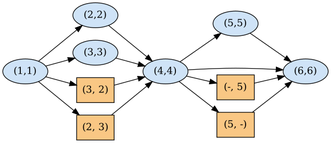
Above: examples/out/08_gfa_diploid.png in NafisehJ/diploidgraph (Graphviz), before the change. Its source is kept beside it as examples/out/08_gfa_diploid.dot. Its diagram source:
```dot
digraph GD {
  rankdir=LR;
  node [style=filled];
  edge [fontsize=10, fontcolor="#52514e"];
  n0 [label="(1,1)", shape=ellipse, fillcolor="#cfe3f7"];
  n1 [label="(2,2)", shape=ellipse, fillcolor="#cfe3f7"];
  n2 [label="(3,3)", shape=ellipse, fillcolor="#cfe3f7"];
  n3 [label="(4,4)", shape=ellipse, fillcolor="#cfe3f7"];
  n4 [label="(5,5)", shape=ellipse, fillcolor="#cfe3f7"];
  n5 [label="(6,6)", shape=ellipse, fillcolor="#cfe3f7"];
  n6 [label="(3, 2)", shape=box, fillcolor="#f9c784"];
  n7 [label="(2, 3)", shape=box, fillcolor="#f9c784"];
  n8 [label="(-, 5)", shape=box, fillcolor="#f9c784"];
  n9 [label="(5, -)", shape=box, fillcolor="#f9c784"];
  n0 -> n6;
  n0 -> n7;
  n0 -> n1;
  n0 -> n2;
  n1 -> n3;
  n2 -> n3;
  n3 -> n8;
  n3 -> n9;
  n3 -> n4;
  n3 -> n5;
  n4 -> n5;
  n6 -> n3;
  n7 -> n3;
  n8 -> n5;
  n9 -> n5;
}
```
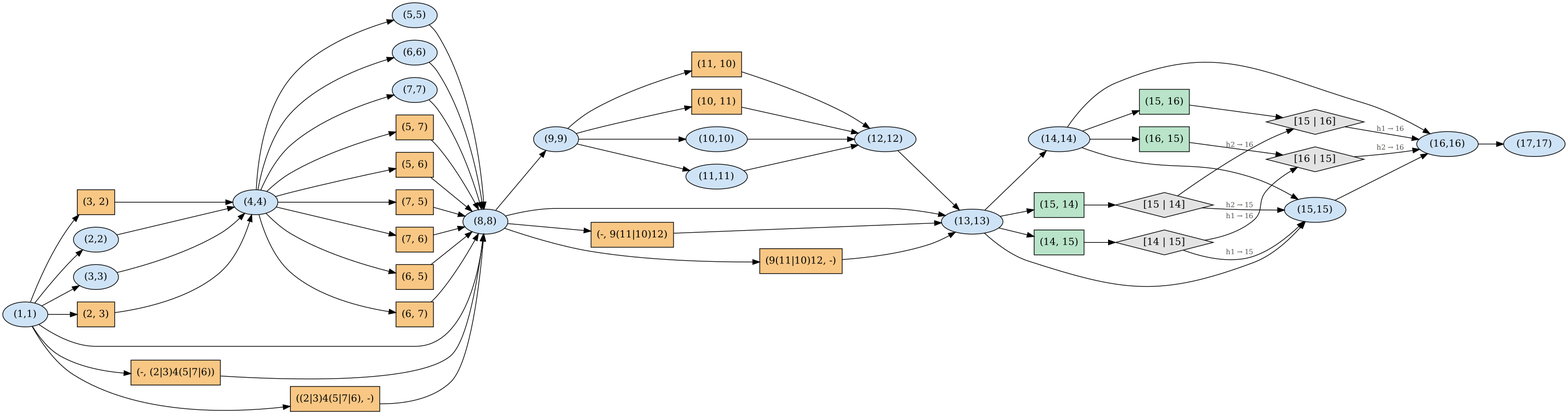
The same file after the commit.

Diff of the diagram source:
```diff
@@ -8,23 +8,103 @@
   n3 [label="(4,4)", shape=ellipse, fillcolor="#cfe3f7"];
   n4 [label="(5,5)", shape=ellipse, fillcolor="#cfe3f7"];
   n5 [label="(6,6)", shape=ellipse, fillcolor="#cfe3f7"];
-  n6 [label="(3, 2)", shape=box, fillcolor="#f9c784"];
-  n7 [label="(2, 3)", shape=box, fillcolor="#f9c784"];
-  n8 [label="(-, 5)", shape=box, fillcolor="#f9c784"];
-  n9 [label="(5, -)", shape=box, fillcolor="#f9c784"];
-  n0 -> n6;
-  n0 -> n7;
+  n6 [label="(7,7)", shape=ellipse, fillcolor="#cfe3f7"];
+  n7 [label="(8,8)", shape=ellipse, fillcolor="#cfe3f7"];
+  n8 [label="(9,9)", shape=ellipse, fillcolor="#cfe3f7"];
+  n9 [label="(10,10)", shape=ellipse, fillcolor="#cfe3f7"];
+  n10 [label="(11,11)", shape=ellipse, fillcolor="#cfe3f7"];
+  n11 [label="(12,12)", shape=ellipse, fillcolor="#cfe3f7"];
+  n12 [label="(13,13)", shape=ellipse, fillcolor="#cfe3f7"];
+  n13 [label="(14,14)", shape=ellipse, fillcolor="#cfe3f7"];
+  n14 [label="(15,15)", shape=ellipse, fillcolor="#cfe3f7"];
+  n15 [label="(16,16)", shape=ellipse, fillcolor="#cfe3f7"];
+  n16 [label="(17,17)", shape=ellipse, fillcolor="#cfe3f7"];
+  n17 [label="(2, 3)", shape=box, fillcolor="#f9c784"];
+  n18 [label="(3, 2)", shape=box, fillcolor="#f9c784"];
+  n19 [label="(5, 7)", shape=box, fillcolor="#f9c784"];
+  n20 [label="(5, 6)", shape=box, fillcolor="#f9c784"];
+  n21 [label="(7, 5)", shape=box, fillcolor="#f9c784"];
+  n22 [label="(7, 6)", shape=box, fillcolor="#f9c784"];
+  n23 [label="(6, 5)", shape=box, fillcolor="#f9c784"];
+  n24 [label="(6, 7)", shape=box, fillcolor="#f9c784"];
+  n25 [label="(-, (2|3)4(5|7|6))", shape=box, fillcolor="#f9c784"];
+  n26 [label="((2|3)4(5|7|6), -)", shape=box, fillcolor="#f9c784"];
+  n27 [label="(11, 10)", shape=box, fillcolor="#f9c784"];
+  n28 [label="(10, 11)", shape=box, fillcolor="#f9c784"];
+  n29 [label="(-, 9(11|10)12)", shape=box, fillcolor="#f9c784"];
+  n30 [label="(9(11|10)12, -)", shape=box, fillcolor="#f9c784"];
+  n31 [label="(14, 15)", shape=box, fillcolor="#b9e4c9"];
+  n32 [label="[14 | 15]", shape=diamond, fillcolor="#e3e3e3"];
+  n33 [label="(15, 14)", shape=box, fillcolor="#b9e4c9"];
+  n34 [label="[15 | 14]", shape=diamond, fillcolor="#e3e3e3"];
+  n35 [label="(15, 16)", shape=box, fillcolor="#b9e4c9"];
+  n36 [label="[15 | 16]", shape=diamond, fillcolor="#e3e3e3"];
+  n37 [label="(16, 15)", shape=box, fillcolor="#b9e4c9"];
+  n38 [label="[16 | 15]", shape=diamond, fillcolor="#e3e3e3"];
+  n0 -> n17;
+  n0 -> n18;
+  n0 -> n25;
+  n0 -> n26;
   n0 -> n1;
   n0 -> n2;
+  n0 -> n7;
   n1 -> n3;
   n2 -> n3;
-  n3 -> n8;
-  n3 -> n9;
+  n3 -> n19;
+  n3 -> n20;
+  n3 -> n21;
+  n3 -> n22;
+  n3 -> n23;
+  n3 -> n24;
   n3 -> n4;
   n3 -> n5;
-  n4 -> n5;
-  n6 -> n3;
-  n7 -> n3;
-  n8 -> n5;
-  n9 -> n5;
+  n3 -> n6;
+  n4 -> n7;
+  n5 -> n7;
+  n6 -> n7;
+  n7 -> n29;
+  n7 -> n30;
+  n7 -> n12;
+  n7 -> n8;
+  n8 -> n27;
+  n8 -> n28;
+  n8 -> n9;
+  n8 -> n10;
+  n9 -> n11;
+  n10 -> n11;
+  n11 -> n12;
+  n12 -> n31;
+  n12 -> n33;
+  n12 -> n13;
+  n12 -> n14;
+  n13 -> n35;
+  n13 -> n37;
+  n13 -> n14;
+  n13 -> n15;
+  n14 -> n15;
+  n15 -> n16;
+  n17 -> n3;
+  n18 -> n3;
+  n19 -> n7;
+  n20 -> n7;
+  n21 -> n7;
+  n22 -> n7;
+  n23 -> n7;
+  n24 -> n7;
+  n25 -> n7;
+  n26 -> n7;
+  n27 -> n11;
+  n28 -> n11;
+  n29 -> n12;
+  n30 -> n12;
+  n31 -> n32;
+  n32 -> n14 [label="h1 → 15"];
+  n32 -> n38 [label="h1 → 16"];
+  n33 -> n34;
+  n34 -> n14 [label="h2 → 15"];
+  n34 -> n36 [label="h2 → 16"];
+  n35 -> n36;
+  n36 -> n15 [label="h1 → 16"];
+  n37 -> n38;
+  n38 -> n15 [label="h2 → 16"];
 }
```
